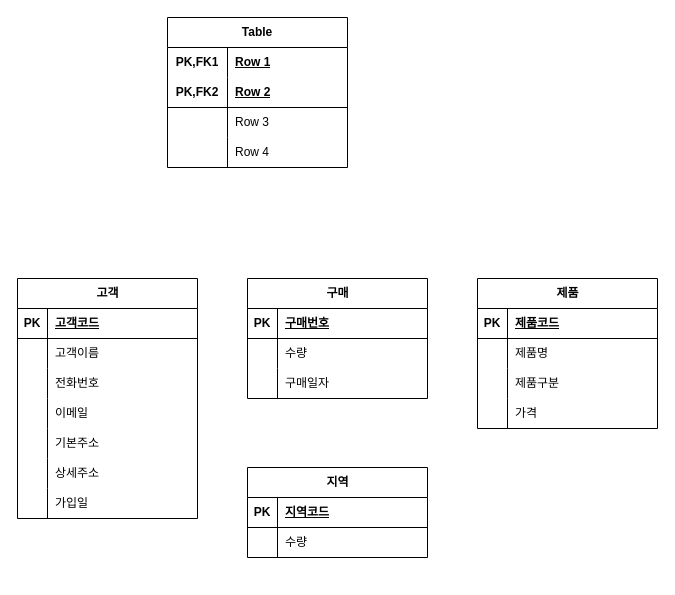
Earlier version of the draw.io diagram page "페이지-2" (2 of 2) of 제목 없는 다이어그램.drawio (cyberghost1004/erd). Source tidied: cells renumbered, new cells numbered last; positions are measured from the earlier drawing's top-left corner, leaving out a move shared by most shapes. Both pictures are drawn from the tidied source at 100%, with x=0, y=0 at pixel (17, 17).
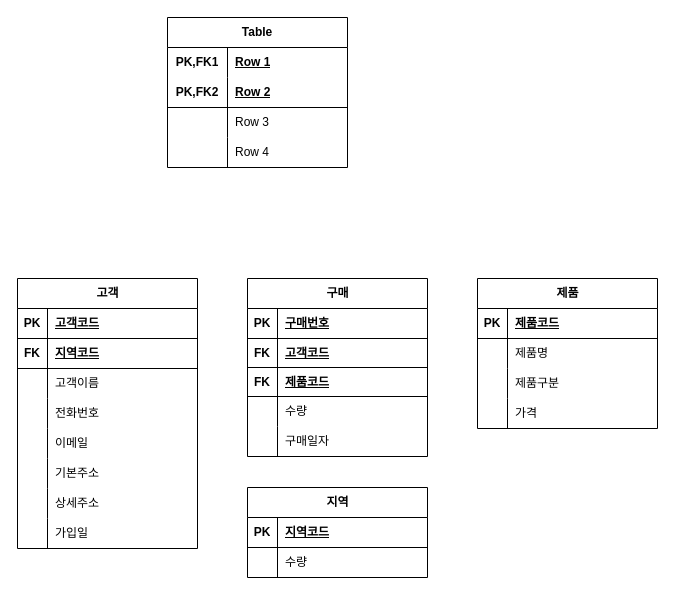
After the change.

Commit message:
제목 없는 다이어그램.drawio 업데이트 RM 2

The edit, as a diff of the source:
```diff
@@
     <mxCell id="2" value="고객" style="shape=table;startSize=30;childLayout=tableLayout;rowLines=0;fontStyle=1;align=center;html=1;" parent="1" vertex="1">
-      <mxGeometry y="261" width="180" height="240" as="geometry" />
+      <mxGeometry y="261" width="180" height="270" as="geometry" />
     </mxCell>
+    <mxCell id="67" style="shape=tableRow;horizontal=0;startSize=0;swimlaneHead=0;swimlaneBody=0;fillColor=none;top=0;left=0;right=0;bottom=1;strokeColor=default;" parent="2" vertex="1">
+      <mxGeometry y="30" width="180" height="30" as="geometry" />
+    </mxCell>
+    <mxCell id="68" value="PK" style="shape=partialRectangle;fillColor=none;top=0;left=0;bottom=0;right=0;fontStyle=1;overflow=hidden;whiteSpace=wrap;html=1;" parent="67" vertex="1">
+      <mxGeometry width="30" height="30" as="geometry" />
+    </mxCell>
+    <mxCell id="69" value="고객코드" style="shape=partialRectangle;fillColor=none;top=0;left=0;bottom=0;right=0;align=left;spacingLeft=6;fontStyle=5;overflow=hidden;whiteSpace=wrap;html=1;" parent="67" vertex="1">
+      <mxGeometry x="30" width="150" height="30" as="geometry" />
+    </mxCell>
     <mxCell id="3" style="shape=tableRow;horizontal=0;startSize=0;swimlaneHead=0;swimlaneBody=0;fillColor=none;top=0;left=0;right=0;bottom=1;" parent="2" vertex="1">
-      <mxGeometry y="30" width="180" height="30" as="geometry" />
+      <mxGeometry y="60" width="180" height="30" as="geometry" />
     </mxCell>
-    <mxCell id="4" value="PK" style="shape=partialRectangle;fillColor=none;top=0;left=0;bottom=0;right=0;fontStyle=1;overflow=hidden;whiteSpace=wrap;html=1;" parent="3" vertex="1">
+    <mxCell id="4" value="FK" style="shape=partialRectangle;fillColor=none;top=0;left=0;bottom=0;right=0;fontStyle=1;overflow=hidden;whiteSpace=wrap;html=1;strokeColor=inherit;" parent="3" vertex="1">
       <mxGeometry width="30" height="30" as="geometry" />
     </mxCell>
-    <mxCell id="5" value="고객코드" style="shape=partialRectangle;fillColor=none;top=0;left=0;bottom=0;right=0;align=left;spacingLeft=6;fontStyle=5;overflow=hidden;whiteSpace=wrap;html=1;" parent="3" vertex="1">
+    <mxCell id="5" value="지역코드" style="shape=partialRectangle;fillColor=none;top=0;left=0;bottom=0;right=0;align=left;spacingLeft=6;fontStyle=5;overflow=hidden;whiteSpace=wrap;html=1;" parent="3" vertex="1">
       <mxGeometry x="30" width="150" height="30" as="geometry" />
     </mxCell>
     <mxCell id="6" style="shape=tableRow;horizontal=0;startSize=0;swimlaneHead=0;swimlaneBody=0;fillColor=none;top=0;left=0;right=0;bottom=0;" parent="2" vertex="1">
-      <mxGeometry y="60" width="180" height="30" as="geometry" />
+      <mxGeometry y="90" width="180" height="30" as="geometry" />
     </mxCell>
@@
     <mxCell id="9" style="shape=tableRow;horizontal=0;startSize=0;swimlaneHead=0;swimlaneBody=0;fillColor=none;top=0;left=0;right=0;bottom=0;" parent="2" vertex="1">
-      <mxGeometry y="90" width="180" height="30" as="geometry" />
+      <mxGeometry y="120" width="180" height="30" as="geometry" />
     </mxCell>
@@
     <mxCell id="12" style="shape=tableRow;horizontal=0;startSize=0;swimlaneHead=0;swimlaneBody=0;fillColor=none;top=0;left=0;right=0;bottom=0;" parent="2" vertex="1">
-      <mxGeometry y="120" width="180" height="30" as="geometry" />
+      <mxGeometry y="150" width="180" height="30" as="geometry" />
     </mxCell>
@@
     <mxCell id="15" style="shape=tableRow;horizontal=0;startSize=0;swimlaneHead=0;swimlaneBody=0;fillColor=none;top=0;left=0;right=0;bottom=0;" parent="2" vertex="1">
-      <mxGeometry y="150" width="180" height="30" as="geometry" />
+      <mxGeometry y="180" width="180" height="30" as="geometry" />
     </mxCell>
@@
     <mxCell id="18" style="shape=tableRow;horizontal=0;startSize=0;swimlaneHead=0;swimlaneBody=0;fillColor=none;top=0;left=0;right=0;bottom=0;" parent="2" vertex="1">
-      <mxGeometry y="180" width="180" height="30" as="geometry" />
+      <mxGeometry y="210" width="180" height="30" as="geometry" />
     </mxCell>
@@
     <mxCell id="21" style="shape=tableRow;horizontal=0;startSize=0;swimlaneHead=0;swimlaneBody=0;fillColor=none;top=0;left=0;right=0;bottom=0;" parent="2" vertex="1">
-      <mxGeometry y="210" width="180" height="30" as="geometry" />
+      <mxGeometry y="240" width="180" height="30" as="geometry" />
     </mxCell>
@@
     <mxCell id="37" value="구매" style="shape=table;startSize=30;childLayout=tableLayout;rowLines=0;fontStyle=1;align=center;html=1;" parent="1" vertex="1">
-      <mxGeometry x="230" y="261" width="180" height="120" as="geometry" />
+      <mxGeometry x="230" y="261" width="180" height="178" as="geometry" />
     </mxCell>
@@
+    <mxCell id="70" style="shape=tableRow;horizontal=0;startSize=0;swimlaneHead=0;swimlaneBody=0;fillColor=none;top=0;left=0;right=0;bottom=1;" parent="37" vertex="1">
+      <mxGeometry y="60" width="180" height="29" as="geometry" />
+    </mxCell>
+    <mxCell id="71" value="FK" style="shape=partialRectangle;fillColor=none;top=0;left=0;bottom=0;right=0;fontStyle=1;overflow=hidden;whiteSpace=wrap;html=1;" parent="70" vertex="1">
+      <mxGeometry width="30" height="29" as="geometry" />
+    </mxCell>
+    <mxCell id="72" value="고객코드" style="shape=partialRectangle;fillColor=none;top=0;left=0;bottom=0;right=0;align=left;spacingLeft=6;fontStyle=5;overflow=hidden;whiteSpace=wrap;html=1;" parent="70" vertex="1">
+      <mxGeometry x="30" width="150" height="29" as="geometry" />
+    </mxCell>
+    <mxCell id="73" style="shape=tableRow;horizontal=0;startSize=0;swimlaneHead=0;swimlaneBody=0;fillColor=none;top=0;left=0;right=0;bottom=1;" parent="37" vertex="1">
+      <mxGeometry y="89" width="180" height="29" as="geometry" />
+    </mxCell>
+    <mxCell id="74" value="FK" style="shape=partialRectangle;fillColor=none;top=0;left=0;bottom=0;right=0;fontStyle=1;overflow=hidden;whiteSpace=wrap;html=1;" parent="73" vertex="1">
+      <mxGeometry width="30" height="29" as="geometry" />
+    </mxCell>
+    <mxCell id="75" value="제품코드" style="shape=partialRectangle;fillColor=none;top=0;left=0;bottom=0;right=0;align=left;spacingLeft=6;fontStyle=5;overflow=hidden;whiteSpace=wrap;html=1;" parent="73" vertex="1">
+      <mxGeometry x="30" width="150" height="29" as="geometry" />
+    </mxCell>
     <mxCell id="41" style="shape=tableRow;horizontal=0;startSize=0;swimlaneHead=0;swimlaneBody=0;fillColor=none;top=0;left=0;right=0;bottom=0;" parent="37" vertex="1">
-      <mxGeometry y="60" width="180" height="30" as="geometry" />
+      <mxGeometry y="118" width="180" height="30" as="geometry" />
     </mxCell>
@@
-    <mxCell id="43" value="수량" style="shape=partialRectangle;fillColor=none;top=0;left=0;bottom=0;right=0;align=left;spacingLeft=6;overflow=hidden;whiteSpace=wrap;html=1;" parent="41" vertex="1">
+    <mxCell id="43" value="수량" style="shape=partialRectangle;fillColor=none;top=0;left=0;bottom=0;right=0;align=left;spacingLeft=6;overflow=hidden;whiteSpace=wrap;html=1;strokeColor=default;" parent="41" vertex="1">
       <mxGeometry x="30" width="150" height="30" as="geometry" />
     </mxCell>
     <mxCell id="44" style="shape=tableRow;horizontal=0;startSize=0;swimlaneHead=0;swimlaneBody=0;fillColor=none;top=0;left=0;right=0;bottom=0;" parent="37" vertex="1">
-      <mxGeometry y="90" width="180" height="30" as="geometry" />
+      <mxGeometry y="148" width="180" height="30" as="geometry" />
     </mxCell>
@@
     <mxCell id="47" value="지역" style="shape=table;startSize=30;childLayout=tableLayout;rowLines=0;fontStyle=1;align=center;html=1;" parent="1" vertex="1">
-      <mxGeometry x="230" y="450" width="180" height="90" as="geometry" />
+      <mxGeometry x="230" y="470" width="180" height="90" as="geometry" />
     </mxCell>
```
